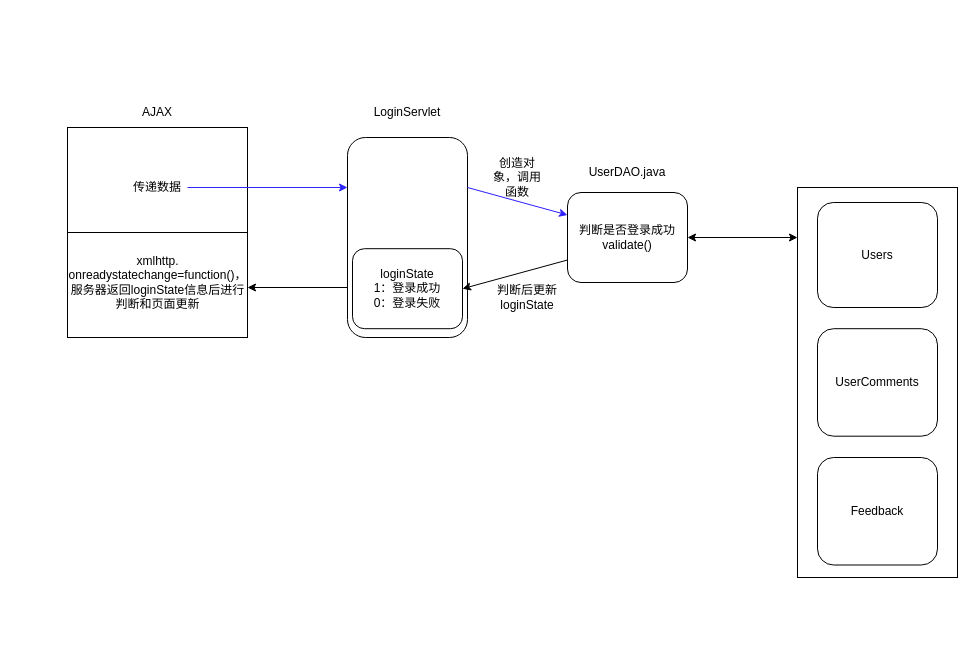
minhuomin/minhuomin.github keeps this draw.io diagram as JavaWeb第四次实验报告.drawio. Above is the earlier version. Source tidied: cells renumbered, new cells numbered last; positions are measured from the earlier drawing's top-left corner, leaving out a move shared by most shapes. Both pictures are drawn from the tidied source at 100%, with x=0, y=0 at pixel (67, 97).
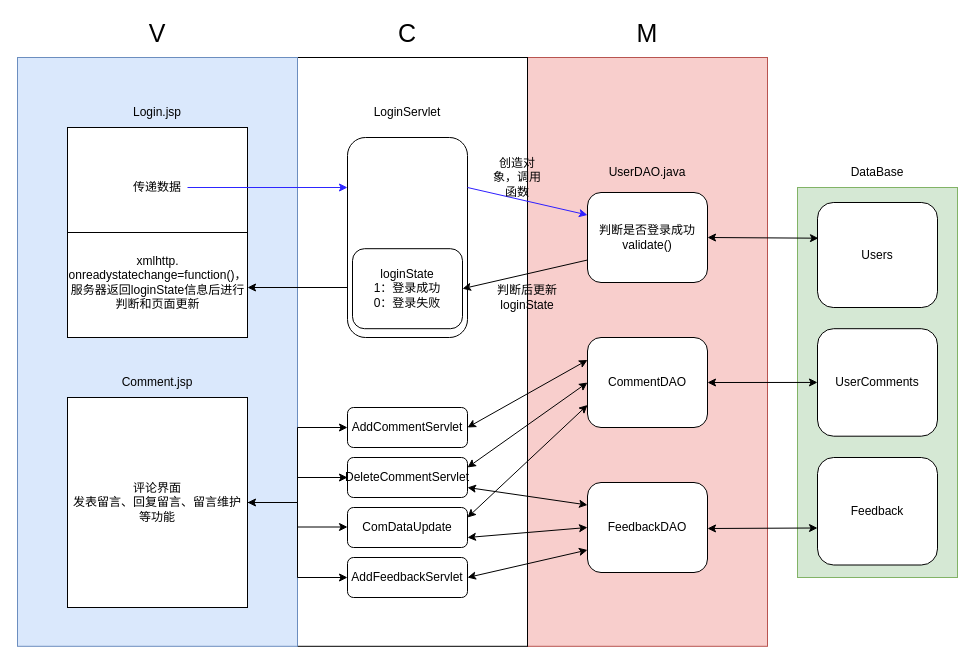
The same diagram, later.

Commit message (it also covers changes not shown here):
更新JavaWeb第四次实验报告.drawio

The change refers to these unchanged cells:
```xml
<mxCell id="12" value="Users" style="rounded=1;whiteSpace=wrap;html=1;" parent="1" vertex="1">
  <mxGeometry x="750" y="105" width="120" height="105" as="geometry" />
</mxCell>
<mxCell id="13" value="UserComments" style="rounded=1;whiteSpace=wrap;html=1;" parent="1" vertex="1">
  <mxGeometry x="750" y="231.2" width="120" height="107.5" as="geometry" />
</mxCell>
```

Diff of the diagram source:
```diff
@@
+    <mxCell id="23" style="rounded=0;whiteSpace=wrap;html=1;fillColor=#f8cecc;strokeColor=#b85450;" parent="1" vertex="1">
+      <mxGeometry x="460" y="-40" width="240" height="588.8" as="geometry" />
+    </mxCell>
+    <mxCell id="24" style="rounded=0;whiteSpace=wrap;html=1;" parent="1" vertex="1">
+      <mxGeometry x="230" y="-40" width="230" height="588.8" as="geometry" />
+    </mxCell>
+    <mxCell id="25" style="rounded=0;whiteSpace=wrap;html=1;fillColor=#dae8fc;strokeColor=#6c8ebf;" parent="1" vertex="1">
+      <mxGeometry x="-50" y="-40" width="280" height="588.8" as="geometry" />
+    </mxCell>
@@
-    <mxCell id="3" value="AJAX" style="text;html=1;strokeColor=none;fillColor=none;align=center;verticalAlign=middle;whiteSpace=wrap;rounded=0;" parent="1" vertex="1">
+    <mxCell id="3" value="Login.jsp" style="text;html=1;strokeColor=none;fillColor=none;align=center;verticalAlign=middle;whiteSpace=wrap;rounded=0;" parent="1" vertex="1">
       <mxGeometry x="60" width="60" height="30" as="geometry" />
     </mxCell>
@@
     <mxCell id="9" value="UserDAO.java" style="text;html=1;strokeColor=none;fillColor=none;align=center;verticalAlign=middle;whiteSpace=wrap;rounded=0;" parent="1" vertex="1">
-      <mxGeometry x="530" y="60" width="60" height="30" as="geometry" />
+      <mxGeometry x="550" y="60" width="60" height="30" as="geometry" />
     </mxCell>
     <mxCell id="10" value="判断是否登录成功validate()" style="rounded=1;whiteSpace=wrap;html=1;" parent="1" vertex="1">
-      <mxGeometry x="500" y="95" width="120" height="90" as="geometry" />
+      <mxGeometry x="520" y="95" width="120" height="90" as="geometry" />
     </mxCell>
-    <mxCell id="11" style="rounded=0;whiteSpace=wrap;html=1;" parent="1" vertex="1">
+    <mxCell id="11" style="rounded=0;whiteSpace=wrap;html=1;fillColor=#d5e8d4;strokeColor=#82b366;" parent="1" vertex="1">
       <mxGeometry x="730" y="90" width="160" height="390" as="geometry" />
     </mxCell>
@@
-    <mxCell id="15" style="endArrow=classic;startArrow=classic;html=1;rounded=0;exitX=1;exitY=0.5;exitDx=0;exitDy=0;" parent="1" edge="1" source="10">
-      <mxGeometry relative="1" as="geometry">
-        <mxPoint x="730" y="140" as="targetPoint" />
-      </mxGeometry>
+    <mxCell id="15" style="endArrow=classic;startArrow=classic;html=1;rounded=0;exitX=1;exitY=0.5;exitDx=0;exitDy=0;entryX=0.008;entryY=0.34;entryDx=0;entryDy=0;entryPerimeter=0;" parent="1" edge="1" source="10" target="12">
+      <mxGeometry relative="1" as="geometry" />
     </mxCell>
@@
+    <mxCell id="26" style="edgeStyle=orthogonalEdgeStyle;rounded=0;jettySize=auto;html=1;exitX=1;exitY=0.5;exitDx=0;exitDy=0;entryX=0;entryY=0.5;entryDx=0;entryDy=0;" parent="1" edge="1" source="27" target="30">
+      <mxGeometry relative="1" as="geometry" />
+    </mxCell>
+    <mxCell id="27" value="评论界面&lt;br&gt;发表留言、回复留言、留言维护等功能" style="rounded=0;whiteSpace=wrap;html=1;" parent="1" vertex="1">
+      <mxGeometry y="300" width="180" height="210" as="geometry" />
+    </mxCell>
+    <mxCell id="28" value="Comment.jsp" style="text;html=1;strokeColor=none;fillColor=none;align=center;verticalAlign=middle;whiteSpace=wrap;rounded=0;" parent="1" vertex="1">
+      <mxGeometry x="60" y="270" width="60" height="30" as="geometry" />
+    </mxCell>
+    <mxCell id="29" value="AddCommentServlet" style="rounded=1;whiteSpace=wrap;html=1;" parent="1" vertex="1">
+      <mxGeometry x="280" y="310" width="120" height="40" as="geometry" />
+    </mxCell>
+    <mxCell id="30" value="AddFeedbackServlet" style="rounded=1;whiteSpace=wrap;html=1;" parent="1" vertex="1">
+      <mxGeometry x="280" y="460" width="120" height="40" as="geometry" />
+    </mxCell>
+    <mxCell id="31" value="ComDataUpdate" style="rounded=1;whiteSpace=wrap;html=1;" parent="1" vertex="1">
+      <mxGeometry x="280" y="410" width="120" height="40" as="geometry" />
+    </mxCell>
+    <mxCell id="32" value="DeleteCommentServlet&lt;br&gt;" style="rounded=1;whiteSpace=wrap;html=1;" parent="1" vertex="1">
+      <mxGeometry x="280" y="360" width="120" height="40" as="geometry" />
+    </mxCell>
+    <mxCell id="33" value="FeedbackDAO" style="rounded=1;whiteSpace=wrap;html=1;" parent="1" vertex="1">
+      <mxGeometry x="520" y="385" width="120" height="90" as="geometry" />
+    </mxCell>
+    <mxCell id="34" value="CommentDAO" style="rounded=1;whiteSpace=wrap;html=1;" parent="1" vertex="1">
+      <mxGeometry x="520" y="240" width="120" height="90" as="geometry" />
+    </mxCell>
+    <mxCell id="35" style="endArrow=classic;startArrow=classic;html=1;rounded=0;exitX=1;exitY=0.5;exitDx=0;exitDy=0;entryX=0;entryY=0.25;entryDx=0;entryDy=0;" parent="1" edge="1" source="29" target="34">
+      <mxGeometry relative="1" as="geometry" />
+    </mxCell>
+    <mxCell id="36" style="endArrow=classic;startArrow=classic;html=1;rounded=0;entryX=0;entryY=0.25;entryDx=0;entryDy=0;exitX=1;exitY=0.75;exitDx=0;exitDy=0;" parent="1" edge="1" source="32" target="33">
+      <mxGeometry relative="1" as="geometry" />
+    </mxCell>
+    <mxCell id="37" style="endArrow=classic;startArrow=classic;html=1;rounded=0;exitX=1;exitY=0.25;exitDx=0;exitDy=0;entryX=0;entryY=0.5;entryDx=0;entryDy=0;" parent="1" edge="1" source="32" target="34">
+      <mxGeometry relative="1" as="geometry" />
+    </mxCell>
+    <mxCell id="38" style="endArrow=classic;startArrow=classic;html=1;rounded=0;entryX=0;entryY=0.5;entryDx=0;entryDy=0;exitX=1;exitY=0.75;exitDx=0;exitDy=0;" parent="1" edge="1" source="31" target="33">
+      <mxGeometry relative="1" as="geometry" />
+    </mxCell>
+    <mxCell id="39" style="endArrow=classic;startArrow=classic;html=1;rounded=0;exitX=1;exitY=0.25;exitDx=0;exitDy=0;entryX=0;entryY=0.75;entryDx=0;entryDy=0;" parent="1" edge="1" source="31" target="34">
+      <mxGeometry relative="1" as="geometry" />
+    </mxCell>
+    <mxCell id="40" style="endArrow=classic;startArrow=classic;html=1;rounded=0;exitX=1;exitY=0.5;exitDx=0;exitDy=0;entryX=0;entryY=0.75;entryDx=0;entryDy=0;" parent="1" edge="1" source="30" target="33">
+      <mxGeometry relative="1" as="geometry" />
+    </mxCell>
+    <mxCell id="41" style="endArrow=classic;startArrow=classic;html=1;rounded=0;exitX=1;exitY=0.5;exitDx=0;exitDy=0;entryX=0;entryY=0.5;entryDx=0;entryDy=0;" parent="1" edge="1" source="34" target="13">
+      <mxGeometry relative="1" as="geometry" />
+    </mxCell>
+    <mxCell id="42" style="endArrow=classic;startArrow=classic;html=1;rounded=0;entryX=-0.003;entryY=0.435;entryDx=0;entryDy=0;entryPerimeter=0;" parent="1" edge="1">
+      <mxGeometry relative="1" as="geometry">
+        <mxPoint x="640" y="431" as="sourcePoint" />
+        <mxPoint x="750" y="430.5" as="targetPoint" />
+      </mxGeometry>
+    </mxCell>
+    <mxCell id="43" value="DataBase" style="text;html=1;strokeColor=none;fillColor=none;align=center;verticalAlign=middle;whiteSpace=wrap;rounded=0;" parent="1" vertex="1">
+      <mxGeometry x="780" y="60" width="60" height="30" as="geometry" />
+    </mxCell>
+    <mxCell id="44" style="endArrow=classic;startArrow=classic;html=1;rounded=0;exitX=0;exitY=0.5;exitDx=0;exitDy=0;entryX=1;entryY=0.5;entryDx=0;entryDy=0;" parent="1" edge="1" source="29" target="27">
+      <mxGeometry relative="1" as="geometry">
+        <Array as="points">
+          <mxPoint x="230" y="330" />
+          <mxPoint x="230" y="405" />
+        </Array>
+      </mxGeometry>
+    </mxCell>
+    <mxCell id="45" style="endArrow=classic;html=1;rounded=0;entryX=0;entryY=0.5;entryDx=0;entryDy=0;" parent="1" edge="1" target="32">
+      <mxGeometry relative="1" as="geometry">
+        <mxPoint x="230" y="380" as="sourcePoint" />
+      </mxGeometry>
+    </mxCell>
+    <mxCell id="46" style="endArrow=classic;html=1;rounded=0;entryX=0;entryY=0.5;entryDx=0;entryDy=0;" parent="1" edge="1">
+      <mxGeometry relative="1" as="geometry">
+        <mxPoint x="230" y="429.5" as="sourcePoint" />
+        <mxPoint x="280" y="429.5" as="targetPoint" />
+      </mxGeometry>
+    </mxCell>
+    <mxCell id="47" value="&lt;font style=&quot;font-size: 25px;&quot;&gt;M&lt;/font&gt;" style="text;html=1;strokeColor=none;fillColor=none;align=center;verticalAlign=middle;whiteSpace=wrap;rounded=0;" parent="1" vertex="1">
+      <mxGeometry x="550" y="-80" width="60" height="30" as="geometry" />
+    </mxCell>
+    <mxCell id="48" value="&lt;span style=&quot;font-size: 25px;&quot;&gt;V&lt;/span&gt;" style="text;html=1;strokeColor=none;fillColor=none;align=center;verticalAlign=middle;whiteSpace=wrap;rounded=0;" parent="1" vertex="1">
+      <mxGeometry x="60" y="-80" width="60" height="30" as="geometry" />
+    </mxCell>
+    <mxCell id="49" value="&lt;span style=&quot;font-size: 25px;&quot;&gt;C&lt;/span&gt;" style="text;html=1;strokeColor=none;fillColor=none;align=center;verticalAlign=middle;whiteSpace=wrap;rounded=0;" parent="1" vertex="1">
+      <mxGeometry x="310" y="-80" width="60" height="30" as="geometry" />
+    </mxCell>
```
